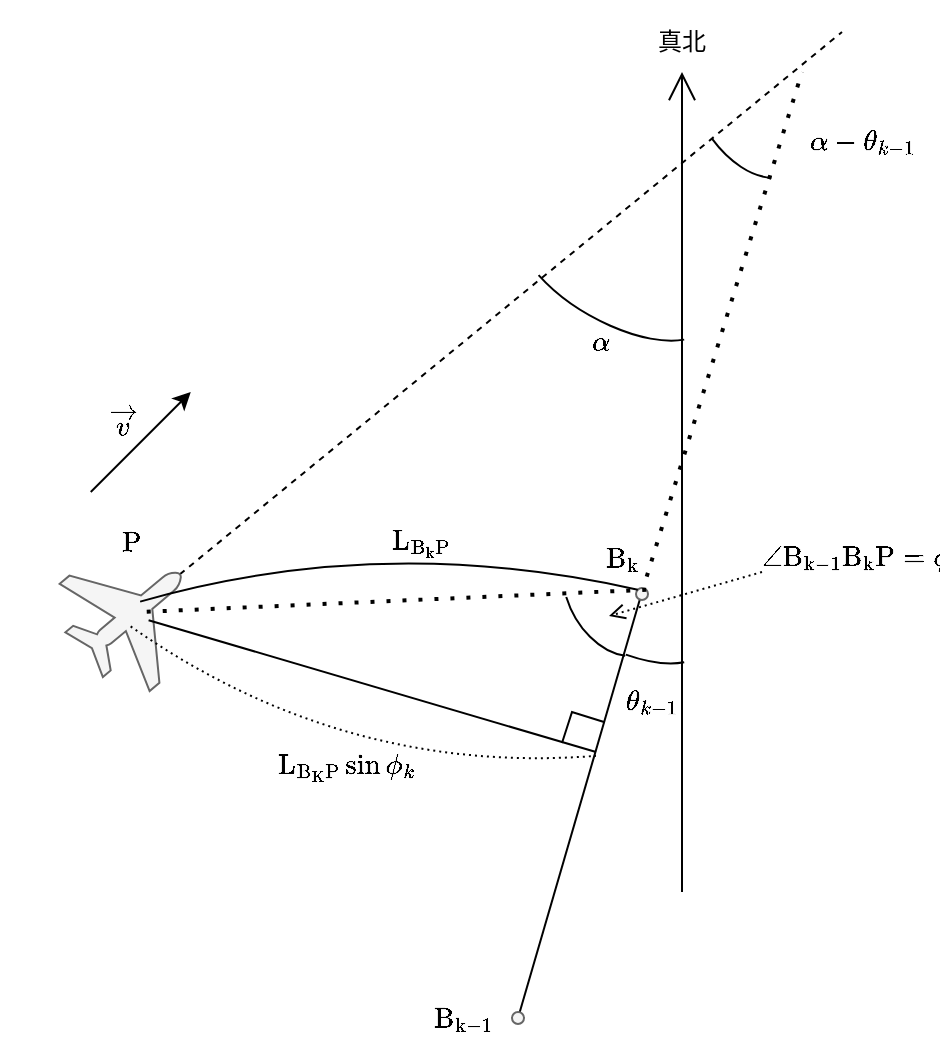
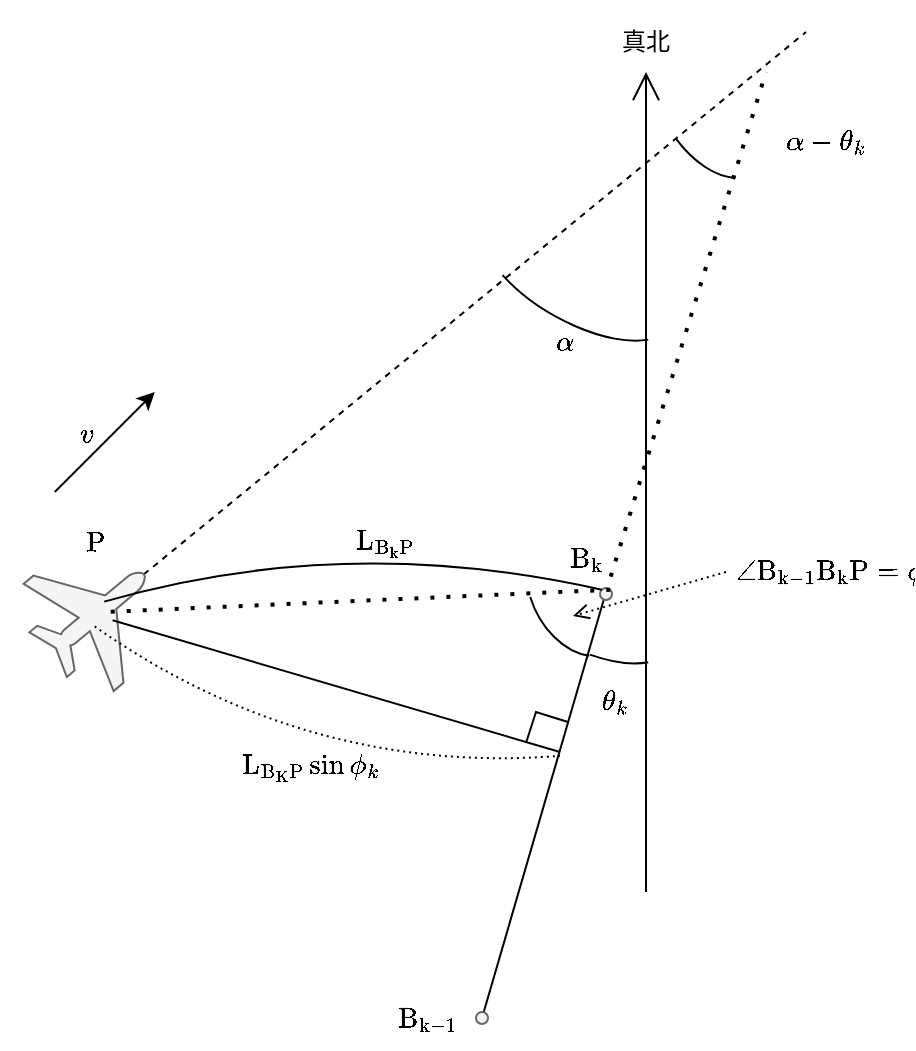
<mxfile host="Electron">
  <diagram name="Page-1" id="3zmxVc3jLcB8JVtvhx5g">
-     <mxGraphModel dx="815" dy="1692" grid="1" gridSize="10" guides="1" tooltips="1" connect="1" arrows="1" fold="1" page="1" pageScale="1" pageWidth="850" pageHeight="1100" math="1" shadow="0">
+     <mxGraphModel dx="645" dy="1568" grid="1" gridSize="10" guides="1" tooltips="1" connect="1" arrows="1" fold="1" page="1" pageScale="1" pageWidth="850" pageHeight="1100" math="1" shadow="0">
      <root>
        <mxCell id="0" />
        <mxCell id="1" parent="0" />
        <mxCell id="kOoK3ur-9ECvS0D3wT-H-4" edge="1" parent="1" style="endArrow=open;endFill=1;endSize=12;html=1;rounded=0;entryX=0.5;entryY=1;entryDx=0;entryDy=0;" target="kOoK3ur-9ECvS0D3wT-H-29" value="">
          <mxGeometry relative="1" width="160" as="geometry">
            <mxPoint x="440" y="440" as="sourcePoint" />
            <mxPoint x="440" y="20" as="targetPoint" />
          </mxGeometry>
        </mxCell>
        <mxCell id="kOoK3ur-9ECvS0D3wT-H-5" edge="1" parent="1" source="kOoK3ur-9ECvS0D3wT-H-11" style="endArrow=none;dashed=1;html=1;rounded=0;exitX=0.5;exitY=0;exitDx=0;exitDy=0;exitPerimeter=0;" value="">
          <mxGeometry height="50" relative="1" width="50" as="geometry">
            <mxPoint x="310" y="170" as="sourcePoint" />
            <mxPoint x="520" y="10" as="targetPoint" />
          </mxGeometry>
        </mxCell>
        <mxCell id="kOoK3ur-9ECvS0D3wT-H-6" parent="1" style="shape=mxgraph.basic.arc;html=1;startAngle=0.3288312307947443;endAngle=0.5982631995663225;endArrow=classic;endFill=1;rotation=30;" value="" vertex="1">
          <mxGeometry height="50" width="108.53" x="351.43" y="104.64" as="geometry" />
        </mxCell>
        <mxCell id="kOoK3ur-9ECvS0D3wT-H-7" parent="1" style="text;html=1;whiteSpace=wrap;strokeColor=none;fillColor=none;align=center;verticalAlign=middle;rounded=0;" value="$$\alpha$$" vertex="1">
          <mxGeometry height="20" width="40" x="380" y="154.5" as="geometry" />
        </mxCell>
        <mxCell id="kOoK3ur-9ECvS0D3wT-H-12" edge="1" parent="1" style="endArrow=none;dashed=1;html=1;dashPattern=1 3;strokeWidth=2;rounded=0;" value="">
          <mxGeometry height="50" relative="1" width="50" as="geometry">
            <mxPoint x="420" y="290" as="sourcePoint" />
            <mxPoint x="500" y="30" as="targetPoint" />
          </mxGeometry>
        </mxCell>
        <mxCell id="kOoK3ur-9ECvS0D3wT-H-11" parent="1" style="shape=mxgraph.signs.transportation.airplane_3;html=1;pointerEvents=1;fillColor=#f5f5f5;strokeColor=#666666;verticalLabelPosition=bottom;verticalAlign=top;align=center;sketch=0;fontColor=#333333;rotation=50;" value="" vertex="1">
          <mxGeometry height="62.5" width="70" x="130" y="270" as="geometry" />
        </mxCell>
        <mxCell id="kOoK3ur-9ECvS0D3wT-H-15" edge="1" parent="1" source="kOoK3ur-9ECvS0D3wT-H-23" style="endArrow=none;html=1;rounded=0;" value="">
          <mxGeometry height="50" relative="1" width="50" as="geometry">
            <mxPoint x="360" y="500" as="sourcePoint" />
            <mxPoint x="420" y="290" as="targetPoint" />
          </mxGeometry>
        </mxCell>
        <mxCell id="kOoK3ur-9ECvS0D3wT-H-16" edge="1" parent="1" style="endArrow=none;html=1;rounded=0;entryX=0.608;entryY=0.428;entryDx=0;entryDy=0;entryPerimeter=0;startSize=6;" target="kOoK3ur-9ECvS0D3wT-H-11" value="">
          <mxGeometry height="50" relative="1" width="50" as="geometry">
            <mxPoint x="397" y="370" as="sourcePoint" />
            <mxPoint x="290" y="360" as="targetPoint" />
          </mxGeometry>
        </mxCell>
        <mxCell id="kOoK3ur-9ECvS0D3wT-H-17" parent="1" style="text;whiteSpace=wrap;strokeColor=none;fillColor=none;align=center;verticalAlign=middle;rounded=0;html=1;" value="$$\mathrm{P}$$" vertex="1">
          <mxGeometry height="30" width="41.25" x="144.38" y="250" as="geometry" />
        </mxCell>
        <mxCell id="kOoK3ur-9ECvS0D3wT-H-19" edge="1" parent="1" style="endArrow=none;html=1;rounded=0;curved=0;" value="">
          <mxGeometry height="50" relative="1" width="50" as="geometry">
            <Array as="points">
              <mxPoint x="385" y="350" />
            </Array>
            <mxPoint x="401" y="355" as="sourcePoint" />
            <mxPoint x="380" y="365.5" as="targetPoint" />
          </mxGeometry>
        </mxCell>
        <mxCell id="kOoK3ur-9ECvS0D3wT-H-20" parent="1" style="text;html=1;whiteSpace=wrap;strokeColor=none;fillColor=none;align=center;verticalAlign=middle;rounded=0;" value="$$\mathrm{B_{k-1}}$$" vertex="1">
          <mxGeometry height="30" width="60" x="301" y="488" as="geometry" />
        </mxCell>
        <mxCell id="kOoK3ur-9ECvS0D3wT-H-21" parent="1" style="ellipse;whiteSpace=wrap;html=1;aspect=fixed;fillColor=#f5f5f5;fontColor=#333333;strokeColor=#666666;strokeWidth=1;" value="" vertex="1">
          <mxGeometry height="6" width="6" x="417" y="288" as="geometry" />
        </mxCell>
        <mxCell id="kOoK3ur-9ECvS0D3wT-H-24" edge="1" parent="1" style="endArrow=none;html=1;rounded=0;" target="kOoK3ur-9ECvS0D3wT-H-23" value="">
          <mxGeometry height="50" relative="1" width="50" as="geometry">
            <mxPoint x="360" y="500" as="sourcePoint" />
            <mxPoint x="420" y="290" as="targetPoint" />
          </mxGeometry>
        </mxCell>
        <mxCell id="kOoK3ur-9ECvS0D3wT-H-23" parent="1" style="ellipse;whiteSpace=wrap;html=1;aspect=fixed;fillColor=#f5f5f5;fontColor=#333333;strokeColor=#666666;strokeWidth=1;" value="" vertex="1">
          <mxGeometry height="6" width="6" x="355" y="500" as="geometry" />
        </mxCell>
        <mxCell id="kOoK3ur-9ECvS0D3wT-H-25" parent="1" style="text;html=1;whiteSpace=wrap;strokeColor=none;fillColor=none;align=center;verticalAlign=middle;rounded=0;" value="$$\mathrm{B_{k}}$$" vertex="1">
          <mxGeometry height="30" width="60" x="380" y="258" as="geometry" />
        </mxCell>
        <mxCell id="kOoK3ur-9ECvS0D3wT-H-26" parent="1" style="shape=mxgraph.basic.arc;html=1;startAngle=0.3288312307947443;endAngle=0.43819715650774343;endArrow=classic;endFill=1;rotation=30;" value="" vertex="1">
          <mxGeometry height="50" width="108.53" x="351.42986853636256" y="266.0031350946109" as="geometry" />
        </mxCell>
-         <mxCell id="kOoK3ur-9ECvS0D3wT-H-28" parent="1" style="text;html=1;whiteSpace=wrap;strokeColor=none;fillColor=none;align=center;verticalAlign=middle;rounded=0;" value="$$\theta_{k-1}$$" vertex="1">
+         <mxCell id="kOoK3ur-9ECvS0D3wT-H-28" parent="1" style="text;html=1;whiteSpace=wrap;strokeColor=none;fillColor=none;align=center;verticalAlign=middle;rounded=0;" value="$$\theta_k$$" vertex="1">
          <mxGeometry height="30" width="60" x="395" y="330" as="geometry" />
        </mxCell>
        <mxCell id="kOoK3ur-9ECvS0D3wT-H-29" parent="1" style="text;html=1;whiteSpace=wrap;strokeColor=none;fillColor=none;align=center;verticalAlign=middle;rounded=0;" value="真北" vertex="1">
          <mxGeometry height="30" width="60" x="410" as="geometry" />
        </mxCell>
        <mxCell id="kOoK3ur-9ECvS0D3wT-H-30" parent="1" style="shape=mxgraph.basic.arc;html=1;startAngle=0.3059341761895782;endAngle=0.4705009575662357;endArrow=classic;endFill=1;rotation=60;" value="" vertex="1">
          <mxGeometry height="50" width="84.53" x="430" y="19.2" as="geometry" />
        </mxCell>
-         <mxCell id="kOoK3ur-9ECvS0D3wT-H-31" parent="1" style="text;html=1;whiteSpace=wrap;strokeColor=none;fillColor=none;align=center;verticalAlign=middle;rounded=0;" value="$$\alpha - \theta_{k-1}$$" vertex="1">
+         <mxCell id="kOoK3ur-9ECvS0D3wT-H-31" parent="1" style="text;html=1;whiteSpace=wrap;strokeColor=none;fillColor=none;align=center;verticalAlign=middle;rounded=0;" value="$$\alpha - \theta_k$$" vertex="1">
          <mxGeometry height="30" width="60" x="500" y="50" as="geometry" />
        </mxCell>
        <mxCell id="kOoK3ur-9ECvS0D3wT-H-32" edge="1" parent="1" source="kOoK3ur-9ECvS0D3wT-H-21" style="endArrow=none;dashed=1;html=1;dashPattern=1 3;strokeWidth=2;rounded=0;exitX=1;exitY=0;exitDx=0;exitDy=0;entryX=0.532;entryY=0.426;entryDx=0;entryDy=0;entryPerimeter=0;" target="kOoK3ur-9ECvS0D3wT-H-11" value="">
          <mxGeometry height="50" relative="1" width="50" as="geometry">
            <mxPoint x="410" y="260" as="sourcePoint" />
            <mxPoint x="460" y="210" as="targetPoint" />
          </mxGeometry>
        </mxCell>
-         <mxCell id="kOoK3ur-9ECvS0D3wT-H-33" parent="1" style="text;html=1;whiteSpace=wrap;strokeColor=none;fillColor=none;align=center;verticalAlign=middle;rounded=0;" value="$$\overrightarrow{v}$$" vertex="1">
-           <mxGeometry height="30" width="60" x="130" y="190" as="geometry" />
+         <mxCell id="kOoK3ur-9ECvS0D3wT-H-33" parent="1" style="text;html=1;whiteSpace=wrap;strokeColor=none;fillColor=none;align=center;verticalAlign=middle;rounded=0;" value="$$v$$" vertex="1">
+           <mxGeometry height="30" width="60" x="130" y="196" as="geometry" />
        </mxCell>
        <mxCell id="kOoK3ur-9ECvS0D3wT-H-34" edge="1" parent="1" source="kOoK3ur-9ECvS0D3wT-H-33" style="edgeStyle=orthogonalEdgeStyle;rounded=0;orthogonalLoop=1;jettySize=auto;html=1;exitX=0.5;exitY=1;exitDx=0;exitDy=0;" target="kOoK3ur-9ECvS0D3wT-H-33">
          <mxGeometry relative="1" as="geometry" />
        </mxCell>
        <mxCell id="kOoK3ur-9ECvS0D3wT-H-35" edge="1" parent="1" style="endArrow=classic;html=1;rounded=0;" value="">
          <mxGeometry height="50" relative="1" width="50" as="geometry">
            <mxPoint x="144.38" y="240" as="sourcePoint" />
            <mxPoint x="194.38" y="190" as="targetPoint" />
          </mxGeometry>
        </mxCell>
        <mxCell id="kOoK3ur-9ECvS0D3wT-H-38" edge="1" parent="1" source="kOoK3ur-9ECvS0D3wT-H-11" style="endArrow=none;html=1;rounded=0;curved=1;exitX=0.467;exitY=0.384;exitDx=0;exitDy=0;exitPerimeter=0;entryX=0;entryY=0;entryDx=0;entryDy=0;" target="kOoK3ur-9ECvS0D3wT-H-21" value="">
          <mxGeometry height="50" relative="1" width="50" as="geometry">
            <Array as="points">
              <mxPoint x="290" y="260" />
            </Array>
            <mxPoint x="280" y="320" as="sourcePoint" />
            <mxPoint x="330" y="270" as="targetPoint" />
          </mxGeometry>
        </mxCell>
        <mxCell id="kOoK3ur-9ECvS0D3wT-H-39" parent="1" style="text;html=1;whiteSpace=wrap;strokeColor=none;fillColor=none;align=center;verticalAlign=middle;rounded=0;" value="$$\mathrm{L_{B_k&amp;nbsp; P}}$$" vertex="1">
          <mxGeometry height="30" width="60" x="280" y="250" as="geometry" />
        </mxCell>
        <mxCell id="kOoK3ur-9ECvS0D3wT-H-40" parent="1" style="shape=mxgraph.basic.arc;html=1;startAngle=0.3173719992342128;endAngle=0.5304784451050324;endArrow=classic;endFill=1;rotation=65;" value="" vertex="1">
          <mxGeometry height="50" width="71" x="371.72" y="263.22" as="geometry" />
        </mxCell>
        <mxCell id="kOoK3ur-9ECvS0D3wT-H-42" edge="1" parent="1" style="endArrow=none;html=1;rounded=0;curved=1;exitX=0.529;exitY=0.562;exitDx=0;exitDy=0;exitPerimeter=0;dashed=1;dashPattern=1 2;" value="">
          <mxGeometry height="50" relative="1" width="50" as="geometry">
            <Array as="points">
              <mxPoint x="271" y="381.92" />
            </Array>
            <mxPoint x="164.33643663057762" y="307.21587220706664" as="sourcePoint" />
            <mxPoint x="397" y="371.92" as="targetPoint" />
          </mxGeometry>
        </mxCell>
        <mxCell id="kOoK3ur-9ECvS0D3wT-H-43" parent="1" style="text;html=1;whiteSpace=wrap;strokeColor=none;fillColor=none;align=center;verticalAlign=middle;rounded=0;" value="$$\mathrm{L_{B_K P}} \sin \phi_{k}$$" vertex="1">
          <mxGeometry height="30" width="60" x="242" y="361.92" as="geometry" />
        </mxCell>
        <mxCell id="kOoK3ur-9ECvS0D3wT-H-45" edge="1" parent="1" style="endArrow=open;html=1;rounded=0;dashed=1;dashPattern=1 2;endFill=0;" value="">
          <mxGeometry height="50" relative="1" width="50" as="geometry">
            <mxPoint x="480" y="280" as="sourcePoint" />
            <mxPoint x="403.5000000000001" y="302" as="targetPoint" />
          </mxGeometry>
        </mxCell>
        <mxCell id="kOoK3ur-9ECvS0D3wT-H-47" parent="1" style="text;html=1;whiteSpace=wrap;strokeColor=none;fillColor=none;align=center;verticalAlign=middle;rounded=0;" value="$$\angle \mathrm{B_{k-1} B_k P} =&amp;nbsp; \phi_k$$" vertex="1">
-           <mxGeometry height="30" width="60" x="500" y="258" as="geometry" />
+           <mxGeometry height="30" width="60" x="505" y="265.22" as="geometry" />
        </mxCell>
      </root>
    </mxGraphModel>
  </diagram>
</mxfile>
